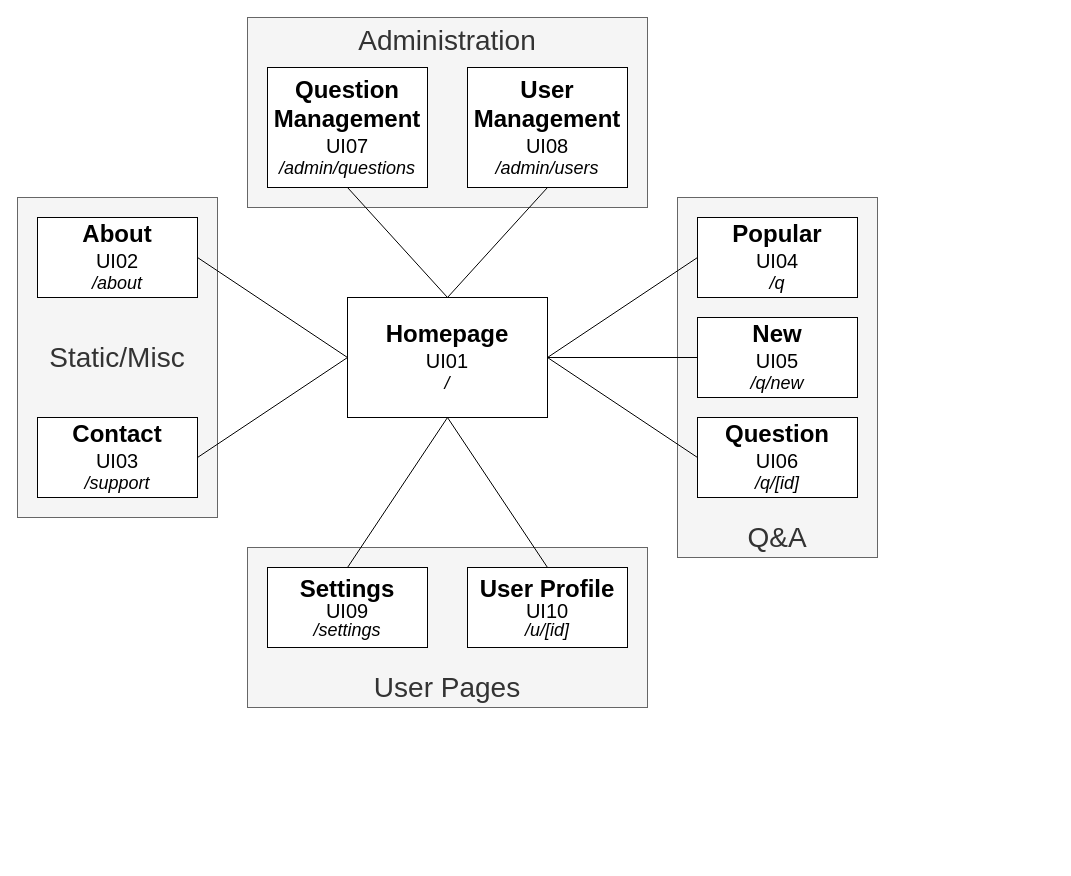
This is docs/sitemap.drawio from FabioMiguel2000/iNeedHelp, a draw.io file, before an edit. Source tidied: cells renumbered, new cells numbered last; positions are measured from the earlier drawing's top-left corner, leaving out a move shared by most shapes. Both pictures are drawn from the tidied source at 100%, with x=0, y=0 at pixel (17, 17).
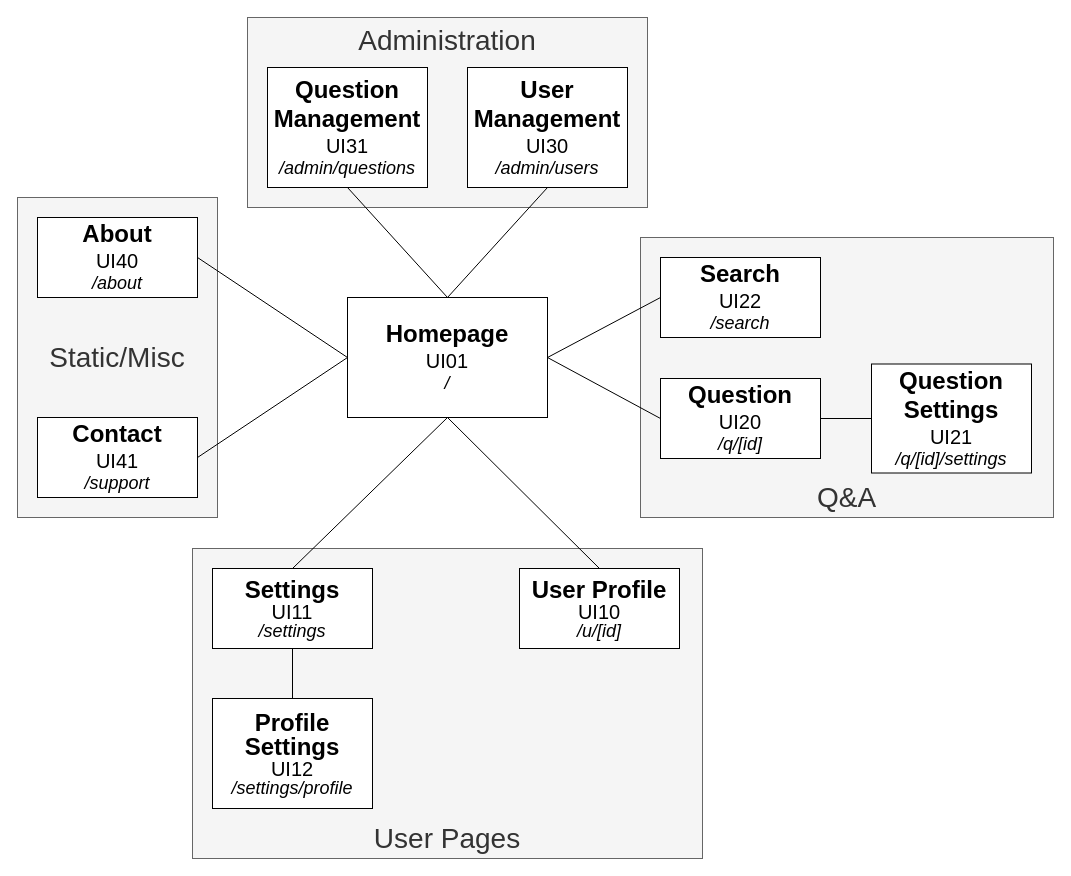
The same diagram, later.

Commit message (it also covers changes not shown here):
Home wireframe

Unchanged cells that the change refers to:
```xml
<mxCell id="6" value="&lt;font&gt;&lt;b&gt;&lt;font style=&quot;font-size: 24px&quot;&gt;Homepage&lt;/font&gt;&lt;br&gt;&lt;/b&gt;&lt;/font&gt;&lt;font&gt;&lt;span style=&quot;font-size: 20px&quot;&gt;UI01&lt;/span&gt;&lt;br&gt;&lt;font style=&quot;font-size: 18px&quot;&gt;&lt;i&gt;/&lt;/i&gt;&lt;/font&gt;&lt;br&gt;&lt;/font&gt;" style="rounded=0;whiteSpace=wrap;html=1;fillColor=default;strokeColor=default;fontColor=default;spacing=2;" parent="1" vertex="1">
  <mxGeometry x="330" y="280" width="200" height="120" as="geometry" />
</mxCell>
```

What changed in the source:
```diff
@@
     <mxCell id="4" value="User Pages" style="rounded=0;whiteSpace=wrap;html=1;fontSize=28;fontColor=#333333;strokeColor=#666666;fillColor=#f5f5f5;verticalAlign=bottom;" parent="1" vertex="1">
-      <mxGeometry x="230" y="530" width="400" height="160" as="geometry" />
+      <mxGeometry x="175" y="531" width="510" height="310" as="geometry" />
     </mxCell>
     <mxCell id="5" value="&lt;font style=&quot;font-size: 28px&quot;&gt;Q&amp;amp;A&lt;/font&gt;" style="rounded=0;whiteSpace=wrap;html=1;fontColor=#333333;strokeColor=#666666;fillColor=#f5f5f5;verticalAlign=bottom;" parent="1" vertex="1">
-      <mxGeometry x="660" y="180" width="200" height="360" as="geometry" />
+      <mxGeometry x="623" y="220" width="413" height="280" as="geometry" />
     </mxCell>
@@
-    <mxCell id="7" value="&lt;font&gt;&lt;b&gt;&lt;span style=&quot;font-size: 24px&quot;&gt;New&lt;/span&gt;&lt;br&gt;&lt;/b&gt;&lt;/font&gt;&lt;font&gt;&lt;span style=&quot;font-size: 20px&quot;&gt;UI05&lt;/span&gt;&lt;br&gt;&lt;font style=&quot;font-size: 18px&quot;&gt;&lt;i&gt;/q/new&lt;/i&gt;&lt;/font&gt;&lt;br&gt;&lt;/font&gt;" style="rounded=0;whiteSpace=wrap;html=1;fillColor=default;strokeColor=default;fontColor=default;spacing=2;" parent="1" vertex="1">
-      <mxGeometry x="680" y="300" width="160" height="80" as="geometry" />
-    </mxCell>
-    <mxCell id="8" value="&lt;font&gt;&lt;b&gt;&lt;span style=&quot;font-size: 24px&quot;&gt;Question&lt;/span&gt;&lt;br&gt;&lt;/b&gt;&lt;/font&gt;&lt;font&gt;&lt;span style=&quot;font-size: 20px&quot;&gt;UI06&lt;/span&gt;&lt;br&gt;&lt;font style=&quot;font-size: 18px&quot;&gt;&lt;i&gt;/q/[id]&lt;/i&gt;&lt;/font&gt;&lt;br&gt;&lt;/font&gt;" style="rounded=0;whiteSpace=wrap;html=1;fillColor=default;strokeColor=default;fontColor=default;shadow=0;spacing=2;" parent="1" vertex="1">
-      <mxGeometry x="680" y="400" width="160" height="80" as="geometry" />
+    <mxCell id="8" value="&lt;font&gt;&lt;b&gt;&lt;span style=&quot;font-size: 24px&quot;&gt;Question&lt;/span&gt;&lt;br&gt;&lt;/b&gt;&lt;/font&gt;&lt;font&gt;&lt;span style=&quot;font-size: 20px&quot;&gt;UI20&lt;/span&gt;&lt;br&gt;&lt;font style=&quot;font-size: 18px&quot;&gt;&lt;i&gt;/q/[id]&lt;/i&gt;&lt;/font&gt;&lt;br&gt;&lt;/font&gt;" style="rounded=0;whiteSpace=wrap;html=1;fillColor=default;strokeColor=default;fontColor=default;shadow=0;spacing=2;" parent="1" vertex="1">
+      <mxGeometry x="643" y="361" width="160" height="80" as="geometry" />
     </mxCell>
-    <mxCell id="9" style="endArrow=none;html=1;rounded=0;fontSize=18;fontColor=default;strokeColor=default;labelBackgroundColor=default;exitX=1;exitY=0.5;exitDx=0;exitDy=0;entryX=0;entryY=0.5;entryDx=0;entryDy=0;fillColor=default;spacing=2;" parent="1" edge="1" source="6" target="7">
-      <mxGeometry relative="1" as="geometry" />
-    </mxCell>
@@
     <mxCell id="11" value="&lt;p style=&quot;line-height: 1&quot;&gt;&lt;font&gt;&lt;b&gt;&lt;font style=&quot;font-size: 24px&quot;&gt;User Profile&lt;/font&gt;&lt;br&gt;&lt;/b&gt;&lt;/font&gt;&lt;font&gt;&lt;span style=&quot;font-size: 20px&quot;&gt;UI10&lt;/span&gt;&lt;br&gt;&lt;font style=&quot;font-size: 18px&quot;&gt;&lt;i&gt;/u/[id]&lt;/i&gt;&lt;/font&gt;&lt;br&gt;&lt;/font&gt;&lt;/p&gt;" style="rounded=0;whiteSpace=wrap;html=1;fillColor=default;strokeColor=default;fontColor=default;spacing=2;" parent="1" vertex="1">
-      <mxGeometry x="450" y="550" width="160" height="80" as="geometry" />
+      <mxGeometry x="502" y="551" width="160" height="80" as="geometry" />
     </mxCell>
@@
-    <mxCell id="13" value="&lt;font&gt;&lt;b&gt;&lt;font style=&quot;font-size: 24px&quot;&gt;About&lt;/font&gt;&lt;br&gt;&lt;/b&gt;&lt;/font&gt;&lt;font&gt;&lt;span style=&quot;font-size: 20px&quot;&gt;UI02&lt;/span&gt;&lt;br&gt;&lt;font style=&quot;font-size: 18px&quot;&gt;&lt;i&gt;/about&lt;/i&gt;&lt;/font&gt;&lt;br&gt;&lt;/font&gt;" style="rounded=0;whiteSpace=wrap;html=1;fillColor=default;strokeColor=default;fontColor=default;spacing=2;" parent="1" vertex="1">
+    <mxCell id="13" value="&lt;font&gt;&lt;b&gt;&lt;font style=&quot;font-size: 24px&quot;&gt;About&lt;/font&gt;&lt;br&gt;&lt;/b&gt;&lt;/font&gt;&lt;font&gt;&lt;span style=&quot;font-size: 20px&quot;&gt;UI40&lt;/span&gt;&lt;br&gt;&lt;font style=&quot;font-size: 18px&quot;&gt;&lt;i&gt;/about&lt;/i&gt;&lt;/font&gt;&lt;br&gt;&lt;/font&gt;" style="rounded=0;whiteSpace=wrap;html=1;fillColor=default;strokeColor=default;fontColor=default;spacing=2;" parent="1" vertex="1">
       <mxGeometry x="20" y="200" width="160" height="80" as="geometry" />
     </mxCell>
@@
-    <mxCell id="15" value="&lt;font&gt;&lt;b&gt;&lt;span style=&quot;font-size: 24px&quot;&gt;Popular&lt;/span&gt;&lt;br&gt;&lt;/b&gt;&lt;/font&gt;&lt;font&gt;&lt;span style=&quot;font-size: 20px&quot;&gt;UI04&lt;/span&gt;&lt;br&gt;&lt;font style=&quot;font-size: 18px&quot;&gt;&lt;i&gt;/q&lt;/i&gt;&lt;/font&gt;&lt;br&gt;&lt;/font&gt;" style="rounded=0;whiteSpace=wrap;html=1;fillColor=default;strokeColor=default;fontColor=default;spacing=2;" parent="1" vertex="1">
-      <mxGeometry x="680" y="200" width="160" height="80" as="geometry" />
+    <mxCell id="15" value="&lt;font&gt;&lt;b&gt;&lt;span style=&quot;font-size: 24px&quot;&gt;Search&lt;/span&gt;&lt;br&gt;&lt;/b&gt;&lt;/font&gt;&lt;font&gt;&lt;span style=&quot;font-size: 20px&quot;&gt;UI22&lt;/span&gt;&lt;br&gt;&lt;font style=&quot;font-size: 18px&quot;&gt;&lt;i&gt;/search&lt;/i&gt;&lt;/font&gt;&lt;br&gt;&lt;/font&gt;" style="rounded=0;whiteSpace=wrap;html=1;fillColor=default;strokeColor=default;fontColor=default;spacing=2;" parent="1" vertex="1">
+      <mxGeometry x="643" y="240" width="160" height="80" as="geometry" />
     </mxCell>
@@
-    <mxCell id="17" value="&lt;font&gt;&lt;b&gt;&lt;span style=&quot;font-size: 24px&quot;&gt;User Management&lt;/span&gt;&lt;br&gt;&lt;/b&gt;&lt;/font&gt;&lt;font&gt;&lt;span style=&quot;font-size: 20px&quot;&gt;UI08&lt;/span&gt;&lt;br&gt;&lt;font style=&quot;font-size: 18px&quot;&gt;&lt;i&gt;/admin/users&lt;/i&gt;&lt;/font&gt;&lt;br&gt;&lt;/font&gt;" style="rounded=0;whiteSpace=wrap;html=1;fillColor=default;strokeColor=default;fontColor=default;spacing=2;" parent="1" vertex="1">
+    <mxCell id="17" value="&lt;font&gt;&lt;b&gt;&lt;span style=&quot;font-size: 24px&quot;&gt;User Management&lt;/span&gt;&lt;br&gt;&lt;/b&gt;&lt;/font&gt;&lt;font&gt;&lt;span style=&quot;font-size: 20px&quot;&gt;UI30&lt;/span&gt;&lt;br&gt;&lt;font style=&quot;font-size: 18px&quot;&gt;&lt;i&gt;/admin/users&lt;/i&gt;&lt;/font&gt;&lt;br&gt;&lt;/font&gt;" style="rounded=0;whiteSpace=wrap;html=1;fillColor=default;strokeColor=default;fontColor=default;spacing=2;" parent="1" vertex="1">
       <mxGeometry x="450" y="50" width="160" height="120" as="geometry" />
     </mxCell>
@@
-    <mxCell id="19" value="&lt;font&gt;&lt;b&gt;&lt;span style=&quot;font-size: 24px&quot;&gt;Question Management&lt;/span&gt;&lt;br&gt;&lt;/b&gt;&lt;/font&gt;&lt;font&gt;&lt;span style=&quot;font-size: 20px&quot;&gt;UI07&lt;/span&gt;&lt;br&gt;&lt;font style=&quot;font-size: 18px&quot;&gt;&lt;i&gt;/admin/questions&lt;/i&gt;&lt;/font&gt;&lt;br&gt;&lt;/font&gt;" style="rounded=0;whiteSpace=wrap;html=1;strokeColor=default;fontColor=default;spacing=2;" parent="1" vertex="1">
+    <mxCell id="19" value="&lt;font&gt;&lt;b&gt;&lt;span style=&quot;font-size: 24px&quot;&gt;Question Management&lt;/span&gt;&lt;br&gt;&lt;/b&gt;&lt;/font&gt;&lt;font&gt;&lt;span style=&quot;font-size: 20px&quot;&gt;UI31&lt;/span&gt;&lt;br&gt;&lt;font style=&quot;font-size: 18px&quot;&gt;&lt;i&gt;/admin/questions&lt;/i&gt;&lt;/font&gt;&lt;br&gt;&lt;/font&gt;" style="rounded=0;whiteSpace=wrap;html=1;strokeColor=default;fontColor=default;spacing=2;" parent="1" vertex="1">
       <mxGeometry x="250" y="50" width="160" height="120" as="geometry" />
     </mxCell>
@@
-    <mxCell id="21" value="&lt;p style=&quot;line-height: 1&quot;&gt;&lt;font&gt;&lt;b&gt;&lt;font style=&quot;font-size: 24px&quot;&gt;Settings&lt;/font&gt;&lt;br&gt;&lt;/b&gt;&lt;/font&gt;&lt;font&gt;&lt;span style=&quot;font-size: 20px&quot;&gt;UI09&lt;/span&gt;&lt;br&gt;&lt;font style=&quot;font-size: 18px&quot;&gt;&lt;i&gt;/settings&lt;/i&gt;&lt;/font&gt;&lt;br&gt;&lt;/font&gt;&lt;/p&gt;" style="rounded=0;whiteSpace=wrap;html=1;fillColor=default;strokeColor=default;fontColor=default;spacing=2;" parent="1" vertex="1">
-      <mxGeometry x="250" y="550" width="160" height="80" as="geometry" />
+    <mxCell id="21" value="&lt;p style=&quot;line-height: 1&quot;&gt;&lt;font&gt;&lt;b&gt;&lt;font style=&quot;font-size: 24px&quot;&gt;Settings&lt;/font&gt;&lt;br&gt;&lt;/b&gt;&lt;/font&gt;&lt;font&gt;&lt;span style=&quot;font-size: 20px&quot;&gt;UI11&lt;/span&gt;&lt;br&gt;&lt;font style=&quot;font-size: 18px&quot;&gt;&lt;i&gt;/settings&lt;/i&gt;&lt;/font&gt;&lt;br&gt;&lt;/font&gt;&lt;/p&gt;" style="rounded=0;whiteSpace=wrap;html=1;fillColor=default;strokeColor=default;fontColor=default;spacing=2;" parent="1" vertex="1">
+      <mxGeometry x="195" y="551" width="160" height="80" as="geometry" />
     </mxCell>
@@
-    <mxCell id="23" value="&lt;font&gt;&lt;b&gt;&lt;font style=&quot;font-size: 24px&quot;&gt;Contact&lt;/font&gt;&lt;br&gt;&lt;/b&gt;&lt;/font&gt;&lt;font&gt;&lt;span style=&quot;font-size: 20px&quot;&gt;UI03&lt;/span&gt;&lt;br&gt;&lt;font style=&quot;font-size: 18px&quot;&gt;&lt;i&gt;/support&lt;/i&gt;&lt;/font&gt;&lt;br&gt;&lt;/font&gt;" style="rounded=0;whiteSpace=wrap;html=1;fillColor=default;strokeColor=default;fontColor=default;spacing=2;" parent="1" vertex="1">
+    <mxCell id="23" value="&lt;font&gt;&lt;b&gt;&lt;font style=&quot;font-size: 24px&quot;&gt;Contact&lt;/font&gt;&lt;br&gt;&lt;/b&gt;&lt;/font&gt;&lt;font&gt;&lt;span style=&quot;font-size: 20px&quot;&gt;UI41&lt;/span&gt;&lt;br&gt;&lt;font style=&quot;font-size: 18px&quot;&gt;&lt;i&gt;/support&lt;/i&gt;&lt;/font&gt;&lt;br&gt;&lt;/font&gt;" style="rounded=0;whiteSpace=wrap;html=1;fillColor=default;strokeColor=default;fontColor=default;spacing=2;" parent="1" vertex="1">
       <mxGeometry x="20" y="400" width="160" height="80" as="geometry" />
     </mxCell>
@@
+    <mxCell id="25" value="&lt;p style=&quot;line-height: 1&quot;&gt;&lt;font&gt;&lt;b&gt;&lt;font style=&quot;font-size: 24px&quot;&gt;Profile Settings&lt;/font&gt;&lt;br&gt;&lt;/b&gt;&lt;/font&gt;&lt;font&gt;&lt;span style=&quot;font-size: 20px&quot;&gt;UI12&lt;/span&gt;&lt;br&gt;&lt;font style=&quot;font-size: 18px&quot;&gt;&lt;i&gt;/settings/profile&lt;/i&gt;&lt;/font&gt;&lt;br&gt;&lt;/font&gt;&lt;/p&gt;" style="rounded=0;whiteSpace=wrap;html=1;fillColor=default;strokeColor=default;fontColor=default;spacing=2;" parent="1" vertex="1">
+      <mxGeometry x="195" y="681" width="160" height="110" as="geometry" />
+    </mxCell>
+    <mxCell id="26" style="endArrow=none;html=1;rounded=0;entryX=0.5;entryY=1;entryDx=0;entryDy=0;exitX=0.5;exitY=0;exitDx=0;exitDy=0;" parent="1" edge="1" source="25" target="21">
+      <mxGeometry relative="1" as="geometry" />
+    </mxCell>
+    <mxCell id="27" value="&lt;font&gt;&lt;b&gt;&lt;span style=&quot;font-size: 24px&quot;&gt;Question Settings&lt;/span&gt;&lt;br&gt;&lt;/b&gt;&lt;/font&gt;&lt;font&gt;&lt;span style=&quot;font-size: 20px&quot;&gt;UI21&lt;/span&gt;&lt;br&gt;&lt;font style=&quot;font-size: 18px&quot;&gt;&lt;i&gt;/q/[id]/settings&lt;/i&gt;&lt;/font&gt;&lt;br&gt;&lt;/font&gt;" style="rounded=0;whiteSpace=wrap;html=1;fillColor=default;strokeColor=default;fontColor=default;shadow=0;spacing=2;" parent="1" vertex="1">
+      <mxGeometry x="854" y="346.5" width="160" height="109" as="geometry" />
+    </mxCell>
+    <mxCell id="28" style="endArrow=none;html=1;rounded=0;exitX=1;exitY=0.5;exitDx=0;exitDy=0;entryX=0;entryY=0.5;entryDx=0;entryDy=0;" parent="1" edge="1" source="8" target="27">
+      <mxGeometry relative="1" as="geometry" />
+    </mxCell>
```
